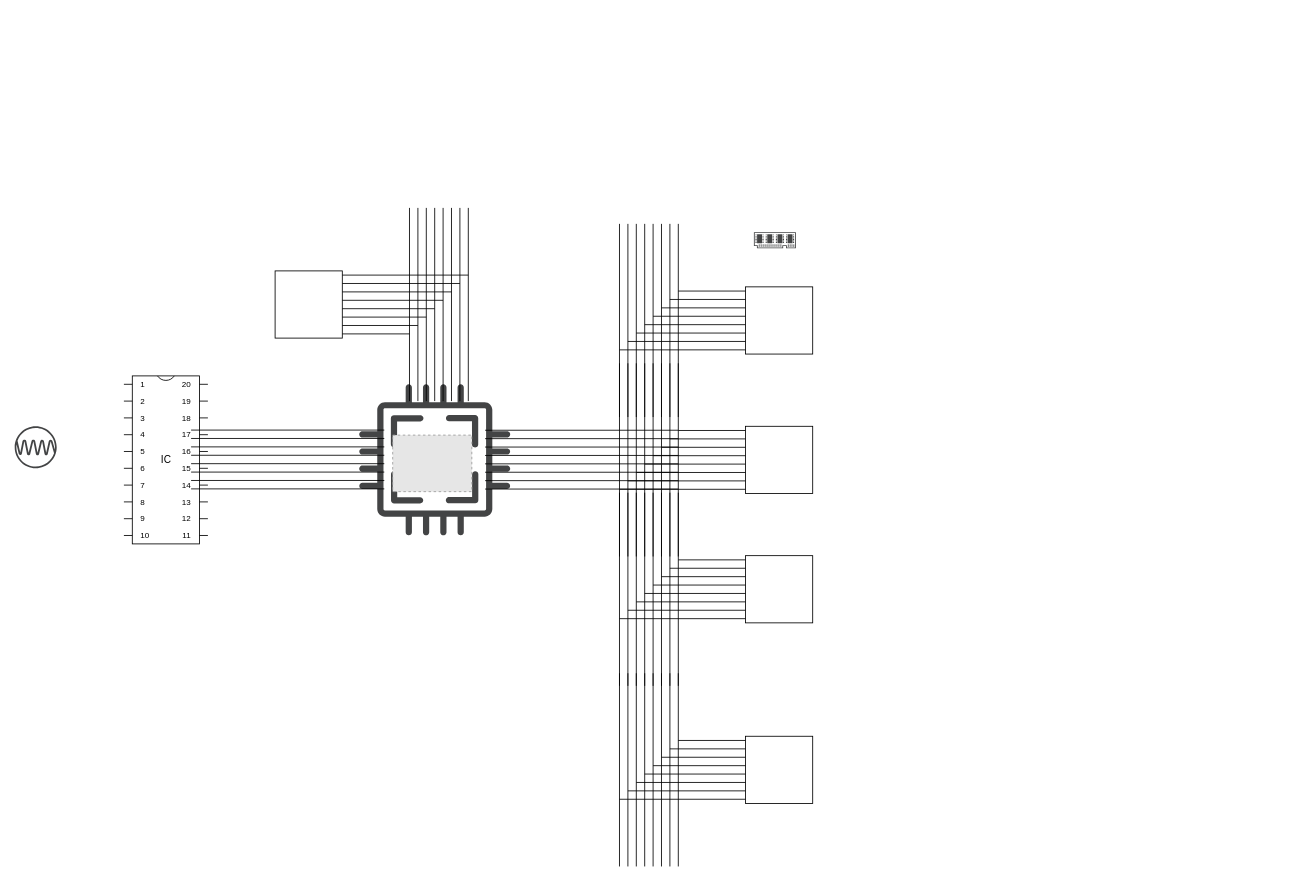
DavidkaBenAvraham/full-stack-develeper-cource keeps this draw.io diagram as page "memory_compute_bus" (1 of 2) of compute_memory_bus.drawio. Above is the earlier version. Source tidied: cells renumbered, new cells numbered last; positions are measured from the earlier drawing's top-left corner, leaving out a move shared by most shapes. Both pictures are drawn from the tidied source at 84%, with x=0, y=0 at pixel (14, 157). Pictures stored in the file or linked from it are replaced by grey dashed boxes.
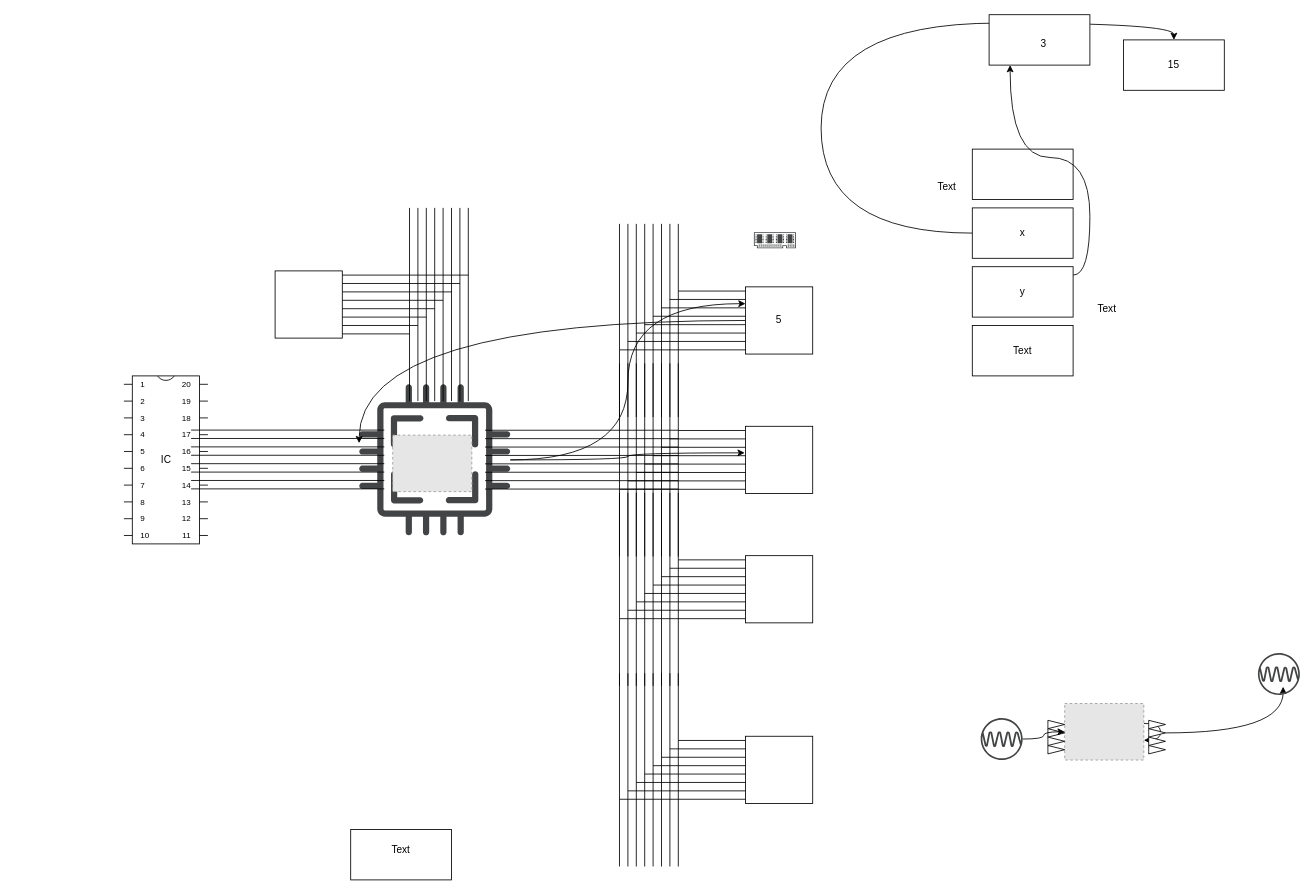
Above is the later version.

Unchanged cells that the change refers to:
```xml
<mxCell id="3" style="group;" parent="1" vertex="1">
  <mxGeometry x="130" width="820" height="765" as="geometry" />
</mxCell>
<mxCell id="5" style="sketch=0;shadow=0;dashed=0;html=1;strokeColor=none;fillColor=#434445;labelPosition=center;verticalLabelPosition=bottom;verticalAlign=top;align=center;outlineConnect=0;shape=mxgraph.vvd.cpu;fontFamily=Helvetica;fontSize=12;fontColor=default;" parent="4" vertex="1">
  <mxGeometry width="180" height="180" as="geometry" />
</mxCell>
<mxCell id="78" style="whiteSpace=wrap;html=1;fontFamily=Helvetica;fontSize=12;fontColor=default;fillColor=none;gradientColor=none;rotation=-90;" parent="61" vertex="1">
  <mxGeometry x="150" y="75" width="80" height="80" as="geometry" />
</mxCell>
<mxCell id="97" style="group;fontFamily=Helvetica;fontSize=12;fontColor=default;fillColor=none;gradientColor=none;direction=south;rotation=0;" parent="42" vertex="1">
  <mxGeometry width="230" height="230" as="geometry" />
</mxCell>
<mxCell id="114" style="whiteSpace=wrap;html=1;fontFamily=Helvetica;fontSize=12;fontColor=default;fillColor=none;gradientColor=none;rotation=-90;" parent="97" vertex="1">
  <mxGeometry x="150" y="75" width="80" height="80" as="geometry" />
</mxCell>
```

The edit, as a diff of the source:
```diff
@@
-    <mxCell id="2" style="sketch=0;shadow=0;dashed=0;html=1;strokeColor=none;fillColor=#434445;labelPosition=center;verticalLabelPosition=bottom;verticalAlign=top;align=center;shape=mxgraph.vvd.platform_services_controller;fontFamily=Helvetica;fontSize=12;fontColor=default;" parent="1" vertex="1">
-      <mxGeometry y="320" width="50" height="50" as="geometry" />
-    </mxCell>
@@
+    <mxCell id="116" value="5" style="text;html=1;strokeColor=none;fillColor=none;align=center;verticalAlign=middle;whiteSpace=wrap;rounded=0;" parent="97" vertex="1">
+      <mxGeometry x="160" y="100" width="60" height="30" as="geometry" />
+    </mxCell>
+    <mxCell id="117" style="edgeStyle=orthogonalEdgeStyle;curved=1;rounded=0;jettySize=auto;html=1;entryX=0.75;entryY=0;entryDx=0;entryDy=0;" parent="3" edge="1" source="5" target="114">
+      <mxGeometry relative="1" as="geometry" />
+    </mxCell>
+    <mxCell id="118" style="edgeStyle=orthogonalEdgeStyle;curved=1;rounded=0;jettySize=auto;html=1;entryX=0.605;entryY=-0.012;entryDx=0;entryDy=0;entryPerimeter=0;" parent="3" edge="1" source="5" target="78">
+      <mxGeometry relative="1" as="geometry" />
+    </mxCell>
+    <mxCell id="119" style="rounded=0;whiteSpace=wrap;html=1;" parent="1" vertex="1">
+      <mxGeometry x="1140" y="-10" width="120" height="60" as="geometry" />
+    </mxCell>
+    <mxCell id="120" style="edgeStyle=orthogonalEdgeStyle;curved=1;rounded=0;jettySize=auto;html=1;" parent="1" edge="1" source="121" target="151">
+      <mxGeometry relative="1" as="geometry">
+        <Array as="points">
+          <mxPoint x="960" y="90" />
+          <mxPoint x="960" y="-160" />
+        </Array>
+      </mxGeometry>
+    </mxCell>
+    <mxCell id="121" style="rounded=0;whiteSpace=wrap;html=1;" parent="1" vertex="1">
+      <mxGeometry x="1140" y="60" width="120" height="60" as="geometry" />
+    </mxCell>
+    <mxCell id="122" style="rounded=0;whiteSpace=wrap;html=1;" parent="1" vertex="1">
+      <mxGeometry x="1140" y="200" width="120" height="60" as="geometry" />
+    </mxCell>
+    <mxCell id="123" style="edgeStyle=orthogonalEdgeStyle;rounded=0;jettySize=auto;html=1;curved=1;" parent="1" edge="1" source="124" target="148">
+      <mxGeometry relative="1" as="geometry">
+        <Array as="points">
+          <mxPoint x="1280" y="140" />
+          <mxPoint x="1280" />
+          <mxPoint x="1185" />
+        </Array>
+      </mxGeometry>
+    </mxCell>
+    <mxCell id="124" style="rounded=0;whiteSpace=wrap;html=1;" parent="1" vertex="1">
+      <mxGeometry x="1140" y="130" width="120" height="60" as="geometry" />
+    </mxCell>
+    <mxCell id="125" value="x" style="text;html=1;strokeColor=none;fillColor=none;align=center;verticalAlign=middle;whiteSpace=wrap;rounded=0;" parent="1" vertex="1">
+      <mxGeometry x="1170" y="75" width="60" height="30" as="geometry" />
+    </mxCell>
+    <mxCell id="126" style="edgeStyle=orthogonalEdgeStyle;curved=1;rounded=0;orthogonalLoop=1;jettySize=auto;html=1;" parent="1" edge="1" source="127" target="127">
+      <mxGeometry relative="1" as="geometry" />
+    </mxCell>
+    <mxCell id="127" style="fillColor=#E6E6E6;strokeColor=#999999;dashed=1;verticalLabelPosition=bottom;verticalAlign=top;fontFamily=Helvetica;fontSize=12;fontColor=default;" parent="1" vertex="1">
+      <mxGeometry x="1250" y="650" width="94.2" height="67.3" as="geometry" />
+    </mxCell>
+    <mxCell id="128" style="html=1;shadow=0;dashed=0;align=center;verticalAlign=middle;shape=mxgraph.arrows2.arrow;dy=0.6;dx=40;notch=0;" parent="1" vertex="1">
+      <mxGeometry x="1230" y="670" width="20" height="10" as="geometry" />
+    </mxCell>
+    <mxCell id="129" style="html=1;shadow=0;dashed=0;align=center;verticalAlign=middle;shape=mxgraph.arrows2.arrow;dy=0.6;dx=40;notch=0;" parent="1" vertex="1">
+      <mxGeometry x="1230" y="680" width="20" height="10" as="geometry" />
+    </mxCell>
+    <mxCell id="130" style="html=1;shadow=0;dashed=0;align=center;verticalAlign=middle;shape=mxgraph.arrows2.arrow;dy=0.6;dx=40;notch=0;" parent="1" vertex="1">
+      <mxGeometry x="1230" y="690" width="20" height="10" as="geometry" />
+    </mxCell>
+    <mxCell id="131" style="html=1;shadow=0;dashed=0;align=center;verticalAlign=middle;shape=mxgraph.arrows2.arrow;dy=0.6;dx=40;notch=0;" parent="1" vertex="1">
+      <mxGeometry x="1230" y="700" width="20" height="10" as="geometry" />
+    </mxCell>
+    <mxCell id="132" style="html=1;shadow=0;dashed=0;align=center;verticalAlign=middle;shape=mxgraph.arrows2.arrow;dy=0.6;dx=40;notch=0;" parent="1" vertex="1">
+      <mxGeometry x="1350" y="670" width="20" height="10" as="geometry" />
+    </mxCell>
+    <mxCell id="133" style="edgeStyle=orthogonalEdgeStyle;curved=1;rounded=0;jettySize=auto;html=1;" parent="1" edge="1" source="134">
+      <mxGeometry relative="1" as="geometry">
+        <mxPoint x="1510" y="630" as="targetPoint" />
+      </mxGeometry>
+    </mxCell>
+    <mxCell id="134" style="html=1;shadow=0;dashed=0;align=center;verticalAlign=middle;shape=mxgraph.arrows2.arrow;dy=0.6;dx=40;notch=0;" parent="1" vertex="1">
+      <mxGeometry x="1350" y="680" width="20" height="10" as="geometry" />
+    </mxCell>
+    <mxCell id="135" style="html=1;shadow=0;dashed=0;align=center;verticalAlign=middle;shape=mxgraph.arrows2.arrow;dy=0.6;dx=40;notch=0;" parent="1" vertex="1">
+      <mxGeometry x="1350" y="690" width="20" height="10" as="geometry" />
+    </mxCell>
+    <mxCell id="136" style="html=1;shadow=0;dashed=0;align=center;verticalAlign=middle;shape=mxgraph.arrows2.arrow;dy=0.6;dx=40;notch=0;" parent="1" vertex="1">
+      <mxGeometry x="1350" y="700" width="20" height="10" as="geometry" />
+    </mxCell>
+    <mxCell id="137" style="group;" parent="1" vertex="1">
+      <mxGeometry x="400" y="800" width="120" height="60" as="geometry" />
+    </mxCell>
+    <mxCell id="138" style="rounded=0;whiteSpace=wrap;html=1;" parent="137" vertex="1">
+      <mxGeometry width="120" height="60" as="geometry" />
+    </mxCell>
+    <mxCell id="139" value="Text" style="text;html=1;strokeColor=none;fillColor=none;align=center;verticalAlign=middle;whiteSpace=wrap;rounded=0;" parent="137" vertex="1">
+      <mxGeometry x="30" y="10" width="60" height="30" as="geometry" />
+    </mxCell>
+    <mxCell id="140" style="edgeStyle=orthogonalEdgeStyle;curved=1;rounded=0;jettySize=auto;html=1;" parent="1" edge="1" source="141" target="127">
+      <mxGeometry relative="1" as="geometry" />
+    </mxCell>
+    <mxCell id="141" style="sketch=0;shadow=0;dashed=0;html=1;strokeColor=none;fillColor=#434445;labelPosition=center;verticalLabelPosition=bottom;verticalAlign=top;align=center;outlineConnect=0;shape=mxgraph.vvd.platform_services_controller;fontFamily=Helvetica;fontSize=12;fontColor=default;" parent="1" vertex="1">
+      <mxGeometry x="1150" y="667.3" width="50" height="50" as="geometry" />
+    </mxCell>
+    <mxCell id="142" style="sketch=0;shadow=0;dashed=0;html=1;strokeColor=none;fillColor=#434445;labelPosition=center;verticalLabelPosition=bottom;verticalAlign=top;align=center;shape=mxgraph.vvd.platform_services_controller;fontFamily=Helvetica;fontSize=12;fontColor=default;" parent="1" vertex="1">
+      <mxGeometry x="1480" y="590" width="50" height="50" as="geometry" />
+    </mxCell>
+    <mxCell id="143" style="edgeStyle=orthogonalEdgeStyle;curved=1;rounded=0;jettySize=auto;html=1;" parent="1" edge="1" source="114">
+      <mxGeometry relative="1" as="geometry">
+        <mxPoint x="410" y="340" as="targetPoint" />
+      </mxGeometry>
+    </mxCell>
+    <mxCell id="144" value="y" style="text;html=1;strokeColor=none;fillColor=none;align=center;verticalAlign=middle;whiteSpace=wrap;rounded=0;" parent="1" vertex="1">
+      <mxGeometry x="1170" y="145" width="60" height="30" as="geometry" />
+    </mxCell>
+    <mxCell id="145" value="Text" style="text;html=1;strokeColor=none;fillColor=none;align=center;verticalAlign=middle;whiteSpace=wrap;rounded=0;" parent="1" vertex="1">
+      <mxGeometry x="1170" y="215" width="60" height="30" as="geometry" />
+    </mxCell>
+    <mxCell id="146" value="Text" style="text;html=1;align=center;verticalAlign=middle;strokeColor=none;fillColor=none;" parent="1" vertex="1">
+      <mxGeometry x="1280" y="170" width="40" height="20" as="geometry" />
+    </mxCell>
+    <mxCell id="147" style="group;" parent="1" vertex="1">
+      <mxGeometry x="1160" y="-170" width="120" height="60" as="geometry" />
+    </mxCell>
+    <mxCell id="148" style="rounded=0;whiteSpace=wrap;html=1;" parent="147" vertex="1">
+      <mxGeometry width="120" height="60" as="geometry" />
+    </mxCell>
+    <mxCell id="149" value="3" style="text;html=1;strokeColor=none;fillColor=none;align=center;verticalAlign=middle;whiteSpace=wrap;rounded=0;" parent="147" vertex="1">
+      <mxGeometry x="35" y="20" width="60" height="30" as="geometry" />
+    </mxCell>
+    <mxCell id="150" style="group;" parent="1" vertex="1">
+      <mxGeometry x="1320" y="-140" width="120" height="60" as="geometry" />
+    </mxCell>
+    <mxCell id="151" style="rounded=0;whiteSpace=wrap;html=1;" parent="150" vertex="1">
+      <mxGeometry width="120" height="60" as="geometry" />
+    </mxCell>
+    <mxCell id="152" value="15" style="text;html=1;strokeColor=none;fillColor=none;align=center;verticalAlign=middle;whiteSpace=wrap;rounded=0;" parent="150" vertex="1">
+      <mxGeometry x="30" y="15" width="60" height="30" as="geometry" />
+    </mxCell>
+    <mxCell id="153" value="Text" style="text;html=1;strokeColor=none;fillColor=none;align=center;verticalAlign=middle;whiteSpace=wrap;rounded=0;" parent="1" vertex="1">
+      <mxGeometry x="1080" y="20" width="60" height="30" as="geometry" />
+    </mxCell>
```
